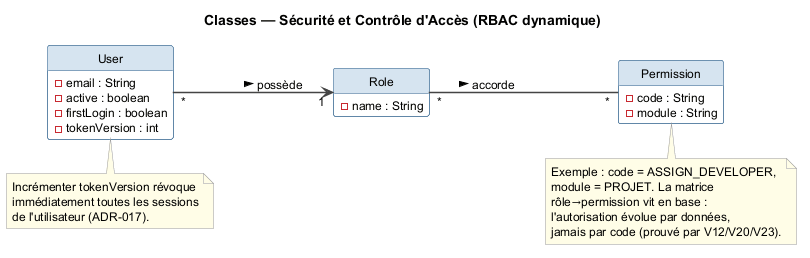
This is docs/uml/class_security.png from mazenrakrouki/tekup-pms-platform, a PlantUML export, as it was before one commit.
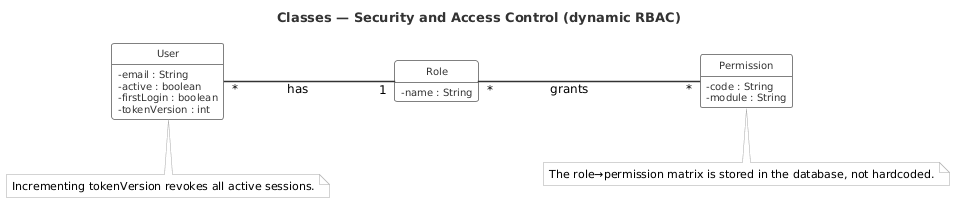
The same diagram one commit later.

Change to the diagram source:
```diff
@@ -1,18 +1,51 @@
 @startuml class_security
-title Classes — Sécurité et Contrôle d'Accès (RBAC dynamique)
+title Classes — Security and Access Control (dynamic RBAC)
 
 left to right direction
 
 skinparam shadowing false
-skinparam classBackgroundColor #FFFFFF
-skinparam classBorderColor #2C5F8A
-skinparam classHeaderBackgroundColor #D6E4F0
-skinparam defaultFontName Helvetica
-skinparam defaultFontSize 12
-skinparam ArrowColor #444444
-skinparam ArrowThickness 1.5
-skinparam noteBorderColor #999999
-skinparam noteBackgroundColor #FFFDE7
+skinparam classAttributeIconSize 0
+skinparam linetype ortho
+skinparam nodesep 55
+skinparam ranksep 65
+skinparam class {
+  BackgroundColor       #FFFFFF
+  BorderColor           #808080
+  BorderThickness       1
+  HeaderBackgroundColor #FFFFFF
+  FontColor             #333333
+  FontName              Helvetica
+  FontSize              11
+  FontStyle             plain
+  AttributeFontColor    #333333
+  AttributeFontName     Helvetica
+  AttributeFontSize     10
+}
+skinparam enum {
+  BackgroundColor       #FFFFFF
+  BorderColor           #808080
+  BorderThickness       1
+  HeaderBackgroundColor #FFFFFF
+  FontColor             #333333
+  FontName              Helvetica
+  FontSize              15
+  AttributeFontColor    #333333
+  AttributeFontName     Helvetica
+  AttributeFontSize     10
+}
+skinparam ArrowColor      #333333
+skinparam ArrowThickness  1.4
+skinparam ArrowFontColor  #000000
+skinparam ArrowFontStyle  plain
+skinparam ArrowFontName   Helvetica
+skinparam ArrowFontSize   12
+skinparam TitleFontName   Helvetica
+skinparam TitleFontSize   13
+skinparam TitleFontColor  #333333
+skinparam noteBorderColor     #AAAAAA
+skinparam noteBackgroundColor #FAFAFA
+skinparam noteFontName        Helvetica
+skinparam noteFontSize        11
 hide circle
 hide empty methods
 
@@ -32,21 +65,14 @@
   - module : String
 }
 
-User "*" --> "1" Role : possède >
-Role "*" -- "*" Permission : accorde >
-
+User "*" -- "1" Role : has
+Role "*" -- "*" Permission : grants
 note bottom of User
-  Incrémenter tokenVersion révoque
-  immédiatement toutes les sessions
-  de l'utilisateur (ADR-017).
+  Incrementing tokenVersion revokes all active sessions.
 end note
 
 note bottom of Permission
-  Exemple : code = ASSIGN_DEVELOPER,
-  module = PROJET. La matrice
-  rôle→permission vit en base :
-  l'autorisation évolue par données,
-  jamais par code (prouvé par V12/V20/V23).
+  The role→permission matrix is stored in the database, not hardcoded.
 end note
 
 @enduml
```
